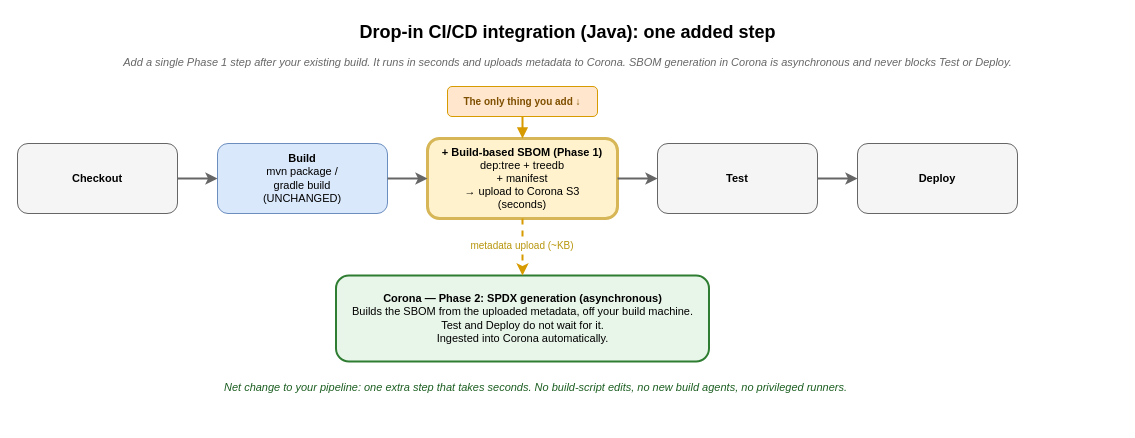
Above: docs/sidecar/java/java-sbom-cicd-integration.drawio in tedg-dev/bisbom-gen (draw.io), before the change. Source tidied: cells renumbered, new cells numbered last; positions are measured from the earlier drawing's top-left corner, leaving out a move shared by most shapes. Both pictures are drawn from the tidied source at 100%, with x=0, y=0 at pixel (17, 17).
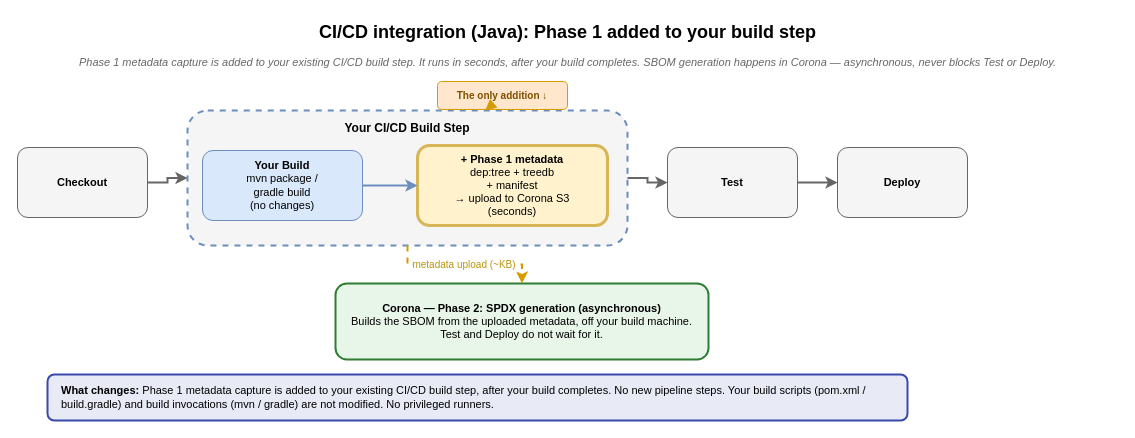
Above is the later version.

Diff of the diagram source:
```diff
@@
 <mxGraphModel>
   <root>
     <mxCell id="0" />
     <mxCell id="1" parent="0" />
-    <mxCell id="2" value="Drop-in CI/CD integration (Java): one added step" style="text;html=1;fontSize=18;fontStyle=1;align=center;verticalAlign=middle;" parent="1" vertex="1">
+    <mxCell id="2" value="CI/CD integration (Java): Phase 1 added to your build step" style="text;html=1;fontSize=18;fontStyle=1;align=center;verticalAlign=middle;" parent="1" vertex="1">
       <mxGeometry x="20" width="1060" height="30" as="geometry" />
     </mxCell>
-    <mxCell id="3" value="Add a single Phase 1 step after your existing build. It runs in seconds and uploads metadata to Corona. SBOM generation in Corona is asynchronous and never blocks Test or Deploy." style="text;html=1;fontSize=11;fontStyle=2;align=center;fontColor=#666666;" parent="1" vertex="1">
+    <mxCell id="3" value="Phase 1 metadata capture is added to your existing CI/CD build step. It runs in seconds, after your build completes. SBOM generation happens in Corona — asynchronous, never blocks Test or Deploy." style="text;html=1;fontSize=11;fontStyle=2;align=center;fontColor=#666666;" parent="1" vertex="1">
       <mxGeometry y="32" width="1100" height="22" as="geometry" />
     </mxCell>
     <mxCell id="4" value="Checkout" style="rounded=1;whiteSpace=wrap;html=1;fillColor=#f5f5f5;strokeColor=#666666;fontSize=11;fontStyle=1;verticalAlign=middle;" parent="1" vertex="1">
-      <mxGeometry y="126" width="160" height="70" as="geometry" />
+      <mxGeometry y="130" width="130" height="70" as="geometry" />
     </mxCell>
+    <mxCell id="18" value="Your CI/CD Build Step" style="rounded=1;whiteSpace=wrap;html=1;fillColor=#f5f5f5;strokeColor=#6c8ebf;strokeWidth=2;dashed=1;fontSize=12;fontStyle=1;verticalAlign=top;align=center;spacingTop=4;" parent="1" vertex="1">
+      <mxGeometry x="170" y="93" width="440" height="135" as="geometry" />
+    </mxCell>
-    <mxCell id="5" value="&lt;b&gt;Build&lt;/b&gt;&#10;mvn package /&#10;gradle build&#10;(UNCHANGED)" style="rounded=1;whiteSpace=wrap;html=1;fillColor=#dae8fc;strokeColor=#6c8ebf;fontSize=11;verticalAlign=middle;" parent="1" vertex="1">
-      <mxGeometry x="200" y="126" width="170" height="70" as="geometry" />
+    <mxCell id="5" value="&lt;b&gt;Your Build&lt;/b&gt;&#10;mvn package /&#10;gradle build&#10;(no changes)" style="rounded=1;whiteSpace=wrap;html=1;fillColor=#dae8fc;strokeColor=#6c8ebf;fontSize=11;verticalAlign=middle;" parent="18" vertex="1">
+      <mxGeometry x="15" y="40" width="160" height="70" as="geometry" />
     </mxCell>
-    <mxCell id="6" value="&lt;b&gt;+ Build-based SBOM (Phase 1)&lt;/b&gt;&#10;dep:tree + treedb&#10;+ manifest&#10;→ upload to Corona S3&#10;(seconds)" style="rounded=1;whiteSpace=wrap;html=1;fillColor=#fff2cc;strokeColor=#d6b656;strokeWidth=3;fontSize=11;verticalAlign=middle;" parent="1" vertex="1">
-      <mxGeometry x="410" y="121" width="190" height="80" as="geometry" />
+    <mxCell id="6" value="&lt;b&gt;+ Phase 1 metadata&lt;/b&gt;&#10;dep:tree + treedb&#10;+ manifest&#10;→ upload to Corona S3&#10;(seconds)" style="rounded=1;whiteSpace=wrap;html=1;fillColor=#fff2cc;strokeColor=#d6b656;strokeWidth=3;fontSize=11;verticalAlign=middle;" parent="18" vertex="1">
+      <mxGeometry x="230" y="35" width="190" height="80" as="geometry" />
     </mxCell>
+    <mxCell id="10" style="edgeStyle=orthogonalEdgeStyle;rounded=0;strokeColor=#6c8ebf;strokeWidth=2;" parent="18" edge="1" source="5" target="6">
+      <mxGeometry relative="1" as="geometry" />
+    </mxCell>
     <mxCell id="7" value="Test" style="rounded=1;whiteSpace=wrap;html=1;fillColor=#f5f5f5;strokeColor=#666666;fontSize=11;fontStyle=1;verticalAlign=middle;" parent="1" vertex="1">
-      <mxGeometry x="640" y="126" width="160" height="70" as="geometry" />
+      <mxGeometry x="650" y="130" width="130" height="70" as="geometry" />
     </mxCell>
     <mxCell id="8" value="Deploy" style="rounded=1;whiteSpace=wrap;html=1;fillColor=#f5f5f5;strokeColor=#666666;fontSize=11;fontStyle=1;verticalAlign=middle;" parent="1" vertex="1">
-      <mxGeometry x="840" y="126" width="160" height="70" as="geometry" />
+      <mxGeometry x="820" y="130" width="130" height="70" as="geometry" />
     </mxCell>
-    <mxCell id="9" style="edgeStyle=orthogonalEdgeStyle;rounded=0;strokeColor=#666666;strokeWidth=2;" parent="1" edge="1" source="4" target="5">
+    <mxCell id="9" style="edgeStyle=orthogonalEdgeStyle;rounded=0;strokeColor=#666666;strokeWidth=2;" parent="1" edge="1" source="4" target="18">
       <mxGeometry relative="1" as="geometry" />
     </mxCell>
-    <mxCell id="10" style="edgeStyle=orthogonalEdgeStyle;rounded=0;strokeColor=#666666;strokeWidth=2;" parent="1" edge="1" source="5" target="6">
-      <mxGeometry relative="1" as="geometry" />
-    </mxCell>
-    <mxCell id="11" style="edgeStyle=orthogonalEdgeStyle;rounded=0;strokeColor=#666666;strokeWidth=2;" parent="1" edge="1" source="6" target="7">
+    <mxCell id="11" style="edgeStyle=orthogonalEdgeStyle;rounded=0;strokeColor=#666666;strokeWidth=2;" parent="1" edge="1" source="18" target="7">
       <mxGeometry relative="1" as="geometry" />
     </mxCell>
     <mxCell id="12" style="edgeStyle=orthogonalEdgeStyle;rounded=0;strokeColor=#666666;strokeWidth=2;" parent="1" edge="1" source="7" target="8">
       <mxGeometry relative="1" as="geometry" />
     </mxCell>
-    <mxCell id="13" value="The only thing you add ↓" style="rounded=1;whiteSpace=wrap;html=1;fillColor=#ffe6cc;strokeColor=#d79b00;fontSize=10;fontStyle=1;fontColor=#7f4f00;" parent="1" vertex="1">
-      <mxGeometry x="430" y="69" width="150" height="30" as="geometry" />
+    <mxCell id="13" value="The only addition ↓" style="rounded=1;whiteSpace=wrap;html=1;fillColor=#ffe6cc;strokeColor=#d79b00;fontSize=10;fontStyle=1;fontColor=#7f4f00;" parent="1" vertex="1">
+      <mxGeometry x="420" y="64" width="130" height="28" as="geometry" />
     </mxCell>
-    <mxCell id="14" style="edgeStyle=none;rounded=0;strokeColor=#d79b00;strokeWidth=2;endArrow=block;" parent="1" edge="1" source="13" target="6">
+    <mxCell id="14" style="edgeStyle=none;rounded=0;strokeColor=#d79b00;strokeWidth=2;endArrow=block;" parent="1" edge="1" source="13" target="18">
       <mxGeometry relative="1" as="geometry" />
     </mxCell>
-    <mxCell id="15" value="&lt;b&gt;Corona — Phase 2: SPDX generation (asynchronous)&lt;/b&gt;&lt;br&gt;Builds the SBOM from the uploaded metadata, off your build machine.&lt;br&gt;Test and Deploy do not wait for it.&lt;br&gt;Ingested into Corona automatically." style="rounded=1;whiteSpace=wrap;html=1;fillColor=#e8f5e9;strokeColor=#2e7d32;strokeWidth=2;fontSize=11;align=center;verticalAlign=middle;" parent="1" vertex="1">
-      <mxGeometry x="318.5" y="258" width="373" height="86" as="geometry" />
+    <mxCell id="15" value="&lt;b&gt;Corona — Phase 2: SPDX generation (asynchronous)&lt;/b&gt;&lt;br&gt;Builds the SBOM from the uploaded metadata, off your build machine.&lt;br&gt;Test and Deploy do not wait for it." style="rounded=1;whiteSpace=wrap;html=1;fillColor=#e8f5e9;strokeColor=#2e7d32;strokeWidth=2;fontSize=11;align=center;verticalAlign=middle;" parent="1" vertex="1">
+      <mxGeometry x="318" y="266" width="373" height="76" as="geometry" />
     </mxCell>
-    <mxCell id="16" value="metadata upload (~KB)" style="edgeStyle=orthogonalEdgeStyle;rounded=0;strokeColor=#d79b00;strokeWidth=2;dashed=1;fontSize=10;fontColor=#b7950b;" parent="1" edge="1" source="6" target="15">
-      <mxGeometry x="-0.05" relative="1" as="geometry" />
+    <mxCell id="16" value="metadata upload (~KB)" style="edgeStyle=orthogonalEdgeStyle;rounded=0;strokeColor=#d79b00;strokeWidth=2;dashed=1;fontSize=10;fontColor=#b7950b;exitX=0.5;exitY=1;exitDx=0;exitDy=0;entryX=0.5;entryY=0;entryDx=0;entryDy=0;" parent="1" edge="1" source="18" target="15">
+      <mxGeometry relative="1" as="geometry" />
     </mxCell>
-    <mxCell id="17" value="Net change to your pipeline: one extra step that takes seconds. No build-script edits, no new build agents, no privileged runners." style="text;html=1;fontSize=11;fontStyle=2;align=center;fontColor=#1b5e20;" parent="1" vertex="1">
-      <mxGeometry x="130" y="357" width="776" height="40" as="geometry" />
+    <mxCell id="17" value="&lt;b&gt;What changes:&lt;/b&gt; Phase 1 metadata capture is added to your existing CI/CD build step, after your build completes. No new pipeline steps. Your build scripts (pom.xml / build.gradle) and build invocations (mvn / gradle) are not modified. No privileged runners." style="rounded=1;whiteSpace=wrap;html=1;fillColor=#e8eaf6;strokeColor=#3949ab;strokeWidth=2;fontSize=11;fontStyle=0;align=left;verticalAlign=middle;spacingLeft=12;spacingRight=12;" parent="1" vertex="1">
+      <mxGeometry x="30" y="357" width="860" height="46" as="geometry" />
     </mxCell>
   </root>
 </mxGraphModel>
```
